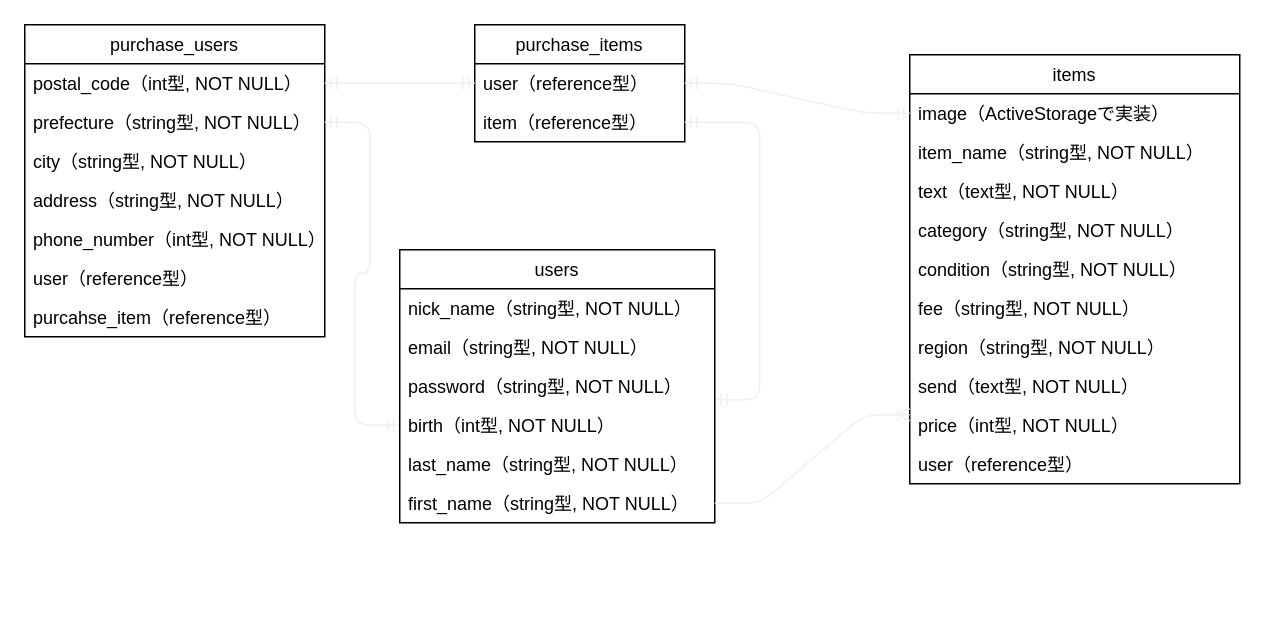
This is furima.dio from sazanami16/furima-31496, a draw.io file, before an edit. Source tidied: cells renumbered, new cells numbered last; positions are measured from the earlier drawing's top-left corner, leaving out a move shared by most shapes. Both pictures are drawn from the tidied source at 150%, with x=0, y=0 at pixel (24, 24).
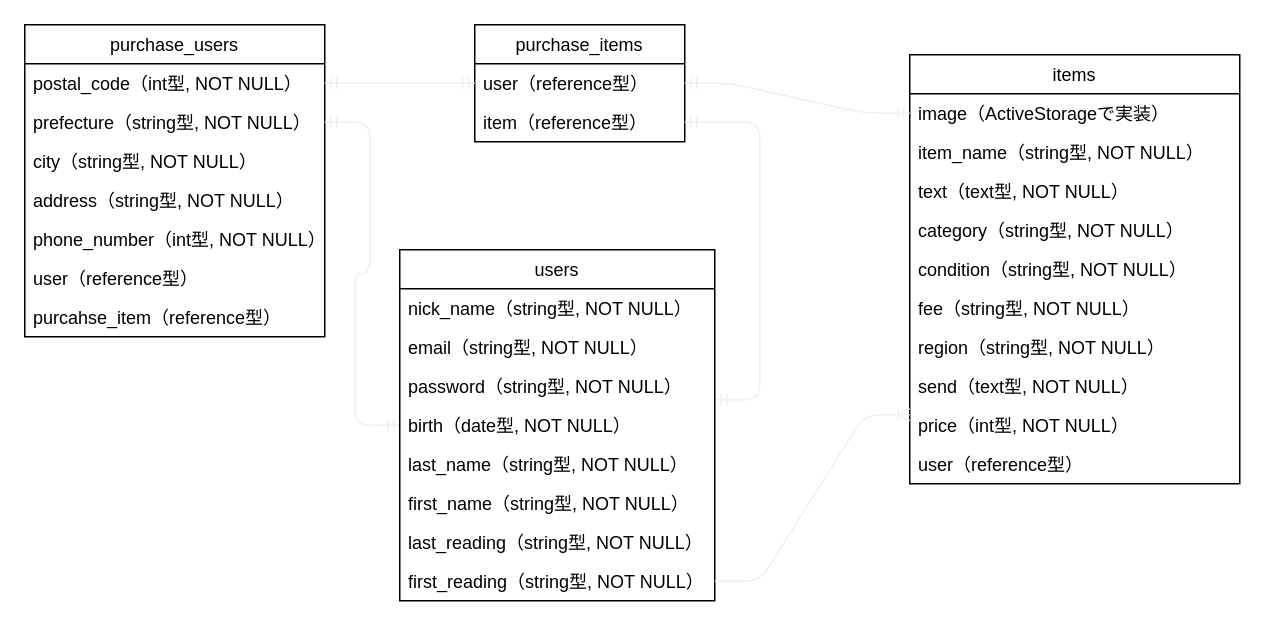
Above is the later version.

Commit message (it also covers changes not shown here):
READMEへの設計情報記述を修正

カラム名の追加、タイプの修正、アソシエーションの記述

What changed in the source:
```diff
@@
     <mxCell id="29" value="users" style="swimlane;fontStyle=0;horizontal=1;startSize=26;fillColor=none;" parent="1" vertex="1">
-      <mxGeometry x="250" y="150" width="210" height="182" as="geometry" />
+      <mxGeometry x="250" y="150" width="210" height="234" as="geometry" />
     </mxCell>
@@
-    <mxCell id="33" value="birth（int型, NOT NULL）" style="text;strokeColor=none;fillColor=none;align=left;verticalAlign=top;spacingLeft=4;spacingRight=4;overflow=hidden;points=[[0,0.5],[1,0.5]];portConstraint=eastwest;" parent="29" vertex="1">
+    <mxCell id="33" value="birth（date型, NOT NULL）" style="text;strokeColor=none;fillColor=none;align=left;verticalAlign=top;spacingLeft=4;spacingRight=4;overflow=hidden;points=[[0,0.5],[1,0.5]];portConstraint=eastwest;" parent="29" vertex="1">
       <mxGeometry y="104" width="210" height="26" as="geometry" />
     </mxCell>
@@
+    <mxCell id="37" value="first_name（string型, NOT NULL）" style="text;strokeColor=none;fillColor=none;align=left;verticalAlign=top;spacingLeft=4;spacingRight=4;overflow=hidden;" parent="29" vertex="1">
+      <mxGeometry y="156" width="210" height="26" as="geometry" />
+    </mxCell>
+    <mxCell id="38" value="last_reading（string型, NOT NULL）" style="text;strokeColor=none;fillColor=none;align=left;verticalAlign=top;spacingLeft=4;spacingRight=4;overflow=hidden;" parent="29" vertex="1">
+      <mxGeometry y="182" width="210" height="26" as="geometry" />
+    </mxCell>
-    <mxCell id="35" value="first_name（string型, NOT NULL）" style="text;strokeColor=none;fillColor=none;align=left;verticalAlign=top;spacingLeft=4;spacingRight=4;overflow=hidden;points=[[0,0.5],[1,0.5]];portConstraint=eastwest;" parent="29" vertex="1">
-      <mxGeometry y="156" width="210" height="26" as="geometry" />
+    <mxCell id="35" value="first_reading（string型, NOT NULL）" style="text;strokeColor=none;fillColor=none;align=left;verticalAlign=top;spacingLeft=4;spacingRight=4;overflow=hidden;points=[[0,0.5],[1,0.5]];portConstraint=eastwest;" parent="29" vertex="1">
+      <mxGeometry y="208" width="210" height="26" as="geometry" />
     </mxCell>
```
